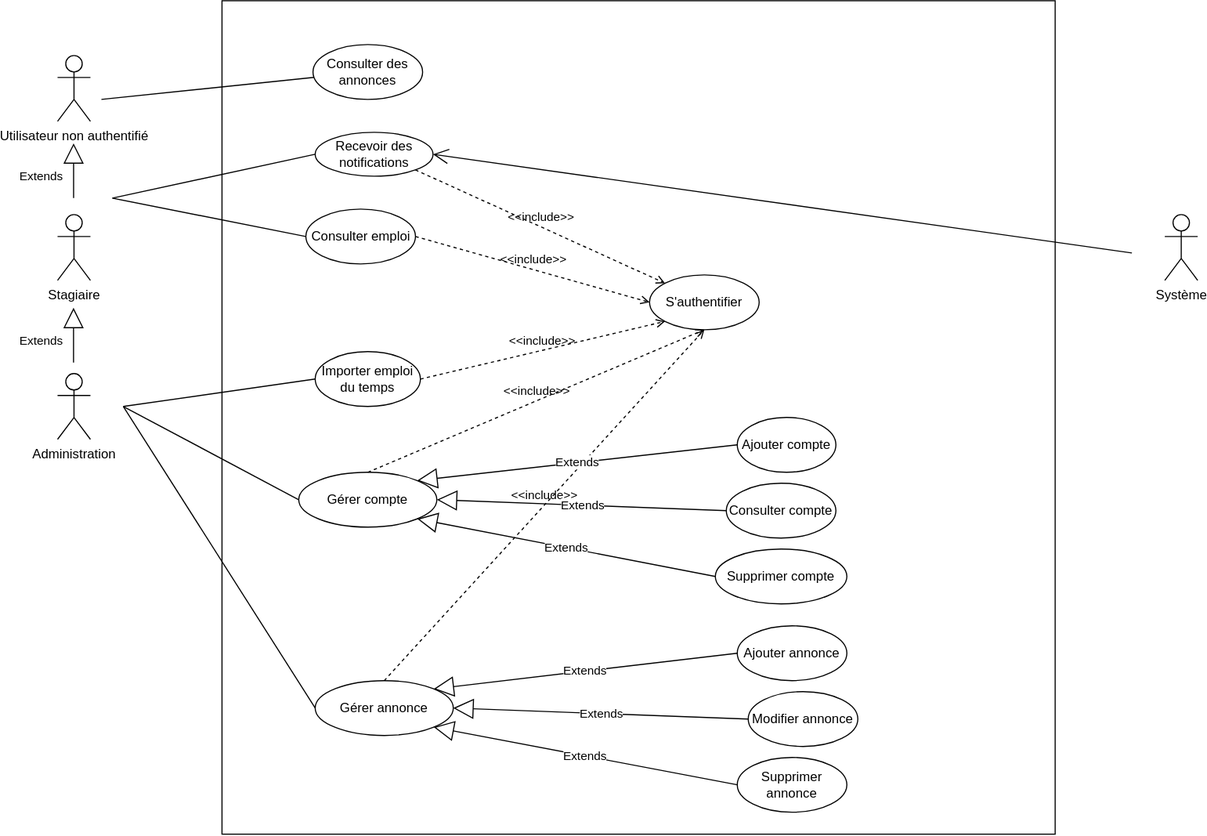
This is Diagrammes.svg from Noussii/App-Gestion-des-Emplois-Annonces-, a draw.io export, as it was before one commit. Source tidied: cells renumbered, new cells last; positions are measured from the earlier drawing's top-left corner, leaving out a move shared by most shapes.
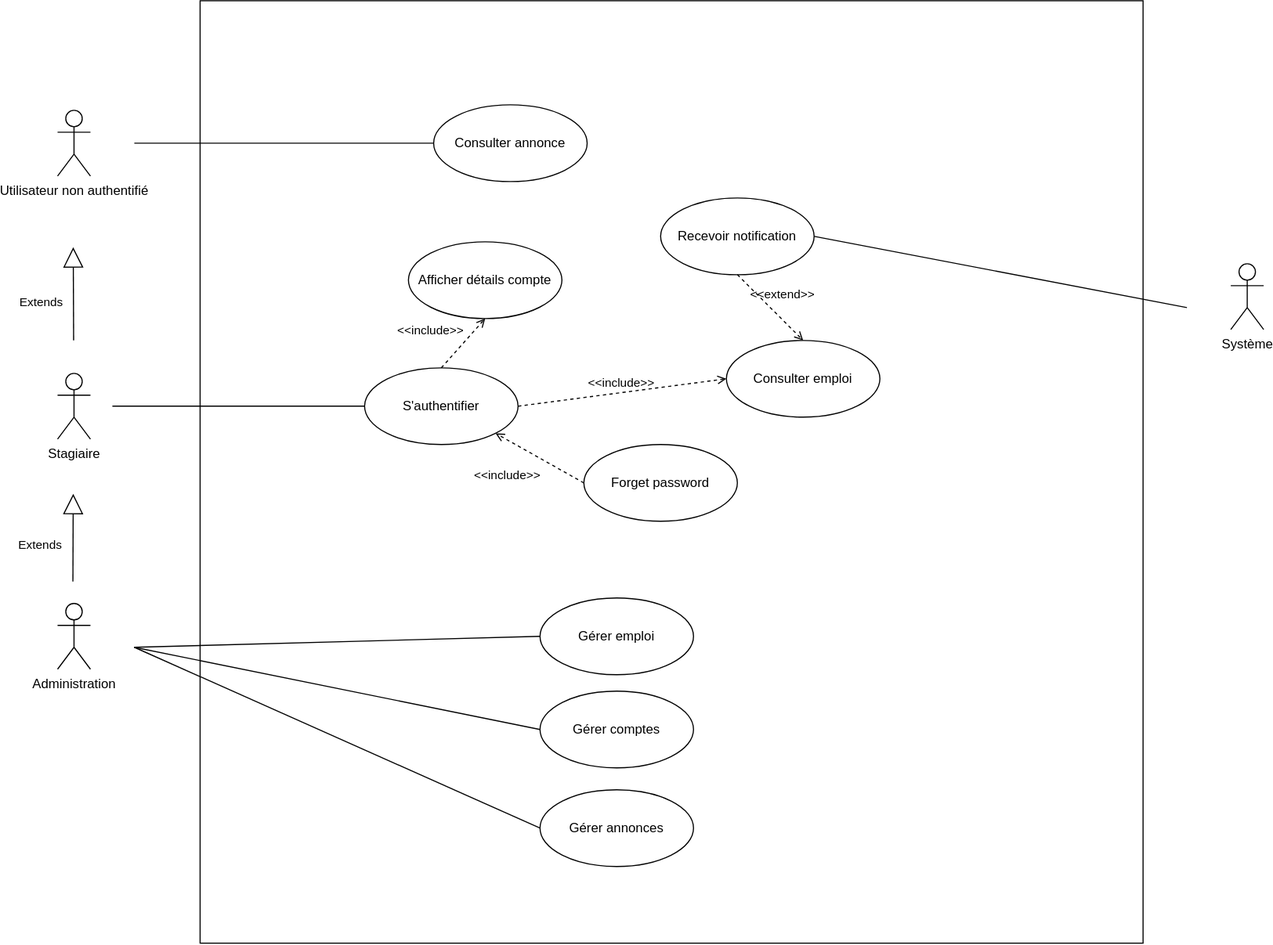
Above is the later version.

Commit message:
Mettre à jour Diagrammes.svg

What changed in the source:
```diff
@@ -2,139 +2,101 @@
   <root>
     <mxCell id="0" />
     <mxCell id="1" parent="0" />
-    <mxCell id="2" style="whiteSpace=wrap;html=1;" parent="1" vertex="1">
-      <mxGeometry x="150" width="760" height="760" as="geometry" />
-    </mxCell>
+    <mxCell id="40" style="whiteSpace=wrap;html=1;" parent="1" vertex="1">
+      <mxGeometry x="190" y="190" width="860" height="860" as="geometry" />
+    </mxCell>
     <mxCell id="3" value="Stagiaire" style="shape=umlActor;verticalLabelPosition=bottom;verticalAlign=top;html=1;" parent="1" vertex="1">
-      <mxGeometry y="195" width="30" height="60" as="geometry" />
+      <mxGeometry x="60" y="530" width="30" height="60" as="geometry" />
     </mxCell>
     <mxCell id="4" value="Administration" style="shape=umlActor;verticalLabelPosition=bottom;verticalAlign=top;html=1;" parent="1" vertex="1">
-      <mxGeometry y="340" width="30" height="60" as="geometry" />
+      <mxGeometry x="60" y="740" width="30" height="60" as="geometry" />
     </mxCell>
+    <mxCell id="30" value="Utilisateur non authentifié" style="shape=umlActor;verticalLabelPosition=bottom;verticalAlign=top;html=1;" parent="1" vertex="1">
+      <mxGeometry x="60" y="290" width="30" height="60" as="geometry" />
+    </mxCell>
+    <mxCell id="41" value="Extends" style="endArrow=block;endSize=16;endFill=0;html=1;rounded=0;" parent="1" edge="1">
+      <mxGeometry x="-0.2" y="30" relative="1" as="geometry">
+        <mxPoint x="74.7" y="500" as="sourcePoint" />
+        <mxPoint x="74.3" y="415" as="targetPoint" />
+      </mxGeometry>
+    </mxCell>
+    <mxCell id="42" value="Extends" style="endArrow=block;endSize=16;endFill=0;html=1;rounded=0;" parent="1" edge="1">
+      <mxGeometry x="-0.2" y="30" relative="1" as="geometry">
+        <mxPoint x="74" y="720" as="sourcePoint" />
+        <mxPoint x="74.3" y="640" as="targetPoint" />
+      </mxGeometry>
+    </mxCell>
     <mxCell id="5" value="Système" style="shape=umlActor;verticalLabelPosition=bottom;verticalAlign=top;html=1;" parent="1" vertex="1">
-      <mxGeometry x="1010" y="195" width="30" height="60" as="geometry" />
+      <mxGeometry x="1130" y="430" width="30" height="60" as="geometry" />
     </mxCell>
+    <mxCell id="43" value="Consulter annonce" style="ellipse;whiteSpace=wrap;html=1;" parent="1" vertex="1">
+      <mxGeometry x="403" y="285" width="140" height="70" as="geometry" />
+    </mxCell>
+    <mxCell id="8" value="S'authentifier" style="ellipse;whiteSpace=wrap;html=1;" parent="1" vertex="1">
+      <mxGeometry x="340" y="525" width="140" height="70" as="geometry" />
+    </mxCell>
+    <mxCell id="44" value="Forget password" style="ellipse;whiteSpace=wrap;html=1;" parent="1" vertex="1">
+      <mxGeometry x="540" y="595" width="140" height="70" as="geometry" />
+    </mxCell>
+    <mxCell id="45" value="Recevoir notification" style="ellipse;whiteSpace=wrap;html=1;" parent="1" vertex="1">
+      <mxGeometry x="610" y="370" width="140" height="70" as="geometry" />
+    </mxCell>
     <mxCell id="6" value="Consulter emploi" style="ellipse;whiteSpace=wrap;html=1;" parent="1" vertex="1">
-      <mxGeometry x="226.5" y="190" width="100" height="50" as="geometry" />
+      <mxGeometry x="670" y="500" width="140" height="70" as="geometry" />
     </mxCell>
-    <mxCell id="7" value="Consulter des annonces" style="ellipse;whiteSpace=wrap;html=1;" parent="1" vertex="1">
-      <mxGeometry x="233" y="40" width="100" height="50" as="geometry" />
-    </mxCell>
-    <mxCell id="8" value="S'authentifier" style="ellipse;whiteSpace=wrap;html=1;" parent="1" vertex="1">
-      <mxGeometry x="540" y="250" width="100" height="50" as="geometry" />
-    </mxCell>
-    <mxCell id="9" value="&amp;lt;&amp;lt;include&amp;gt;&amp;gt;" style="html=1;verticalAlign=bottom;labelBackgroundColor=none;endArrow=open;endFill=0;dashed=1;rounded=0;entryX=0;entryY=0.5;entryDx=0;entryDy=0;exitX=1;exitY=0.5;exitDx=0;exitDy=0;" parent="1" edge="1" source="6" target="8">
-      <mxGeometry relative="1" as="geometry" />
-    </mxCell>
-    <mxCell id="10" value="Gérer annonce" style="ellipse;whiteSpace=wrap;html=1;" parent="1" vertex="1">
-      <mxGeometry x="235" y="620" width="126" height="50" as="geometry" />
-    </mxCell>
-    <mxCell id="11" style="endArrow=none;html=1;rounded=0;entryX=0;entryY=0.5;entryDx=0;entryDy=0;" parent="1" edge="1" target="6">
-      <mxGeometry relative="1" as="geometry">
-        <mxPoint x="50" y="180" as="sourcePoint" />
-      </mxGeometry>
-    </mxCell>
-    <mxCell id="12" style="endArrow=none;html=1;rounded=0;entryX=0;entryY=0.5;entryDx=0;entryDy=0;" parent="1" edge="1" target="10">
-      <mxGeometry relative="1" as="geometry">
-        <mxPoint x="60" y="370" as="sourcePoint" />
-      </mxGeometry>
-    </mxCell>
-    <mxCell id="13" value="&amp;lt;&amp;lt;include&amp;gt;&amp;gt;" style="html=1;verticalAlign=bottom;labelBackgroundColor=none;endArrow=open;endFill=0;dashed=1;rounded=0;exitX=0.5;exitY=0;exitDx=0;exitDy=0;entryX=0.5;entryY=1;entryDx=0;entryDy=0;" parent="1" edge="1" source="10" target="8">
-      <mxGeometry relative="1" as="geometry" />
-    </mxCell>
-    <mxCell id="14" value="Gérer compte" style="ellipse;whiteSpace=wrap;html=1;" parent="1" vertex="1">
-      <mxGeometry x="220" y="430" width="126" height="50" as="geometry" />
-    </mxCell>
-    <mxCell id="15" style="endArrow=none;html=1;rounded=0;entryX=0;entryY=0.5;entryDx=0;entryDy=0;" parent="1" edge="1" target="14">
-      <mxGeometry relative="1" as="geometry">
-        <mxPoint x="60" y="370" as="sourcePoint" />
-      </mxGeometry>
-    </mxCell>
-    <mxCell id="16" value="&amp;lt;&amp;lt;include&amp;gt;&amp;gt;" style="html=1;verticalAlign=bottom;labelBackgroundColor=none;endArrow=open;endFill=0;dashed=1;rounded=0;exitX=0.5;exitY=0;exitDx=0;exitDy=0;entryX=0.5;entryY=1;entryDx=0;entryDy=0;" parent="1" edge="1" source="14" target="8">
-      <mxGeometry relative="1" as="geometry" />
-    </mxCell>
-    <mxCell id="17" value="Modifier annonce" style="ellipse;whiteSpace=wrap;html=1;" parent="1" vertex="1">
-      <mxGeometry x="630" y="630" width="100" height="50" as="geometry" />
-    </mxCell>
-    <mxCell id="18" value="Supprimer annonce" style="ellipse;whiteSpace=wrap;html=1;" parent="1" vertex="1">
-      <mxGeometry x="620" y="690" width="100" height="50" as="geometry" />
-    </mxCell>
-    <mxCell id="19" value="Extends" style="endArrow=block;endSize=16;endFill=0;html=1;rounded=0;exitX=0;exitY=0.5;exitDx=0;exitDy=0;entryX=1;entryY=1;entryDx=0;entryDy=0;" parent="1" edge="1" source="18" target="10">
-      <mxGeometry relative="1" as="geometry" />
-    </mxCell>
-    <mxCell id="20" value="Extends" style="endArrow=block;endSize=16;endFill=0;html=1;rounded=0;entryX=1;entryY=0.5;entryDx=0;entryDy=0;exitX=0;exitY=0.5;exitDx=0;exitDy=0;" parent="1" edge="1" source="17" target="10">
-      <mxGeometry relative="1" as="geometry" />
-    </mxCell>
-    <mxCell id="21" value="Ajouter annonce" style="ellipse;whiteSpace=wrap;html=1;" parent="1" vertex="1">
-      <mxGeometry x="620" y="570" width="100" height="50" as="geometry" />
-    </mxCell>
-    <mxCell id="22" value="Extends" style="endArrow=block;endSize=16;endFill=0;html=1;rounded=0;exitX=0;exitY=0.5;exitDx=0;exitDy=0;entryX=1;entryY=0;entryDx=0;entryDy=0;" parent="1" edge="1" source="21" target="10">
-      <mxGeometry relative="1" as="geometry" />
-    </mxCell>
-    <mxCell id="23" value="Importer emploi du temps" style="ellipse;whiteSpace=wrap;html=1;" parent="1" vertex="1">
-      <mxGeometry x="235" y="320" width="96" height="50" as="geometry" />
-    </mxCell>
-    <mxCell id="24" style="endArrow=none;html=1;rounded=0;entryX=0;entryY=0.5;entryDx=0;entryDy=0;" parent="1" edge="1" target="23">
-      <mxGeometry relative="1" as="geometry">
-        <mxPoint x="60" y="370" as="sourcePoint" />
-      </mxGeometry>
-    </mxCell>
-    <mxCell id="25" value="&amp;lt;&amp;lt;include&amp;gt;&amp;gt;" style="html=1;verticalAlign=bottom;labelBackgroundColor=none;endArrow=open;endFill=0;dashed=1;rounded=0;exitX=1;exitY=0.5;exitDx=0;exitDy=0;entryX=0;entryY=1;entryDx=0;entryDy=0;" parent="1" edge="1" source="23" target="8">
-      <mxGeometry relative="1" as="geometry" />
-    </mxCell>
-    <mxCell id="26" value="Recevoir des notifications" style="ellipse;whiteSpace=wrap;html=1;" parent="1" vertex="1">
-      <mxGeometry x="235" y="120" width="107.5" height="40" as="geometry" />
-    </mxCell>
-    <mxCell id="27" style="endArrow=none;html=1;rounded=0;entryX=0;entryY=0.5;entryDx=0;entryDy=0;" parent="1" edge="1" target="26">
-      <mxGeometry relative="1" as="geometry">
-        <mxPoint x="50" y="180" as="sourcePoint" />
-      </mxGeometry>
-    </mxCell>
-    <mxCell id="28" value="&amp;lt;&amp;lt;include&amp;gt;&amp;gt;" style="html=1;verticalAlign=bottom;labelBackgroundColor=none;endArrow=open;endFill=0;dashed=1;rounded=0;entryX=0;entryY=0;entryDx=0;entryDy=0;exitX=1;exitY=1;exitDx=0;exitDy=0;" parent="1" edge="1" source="26" target="8">
-      <mxGeometry relative="1" as="geometry" />
-    </mxCell>
-    <mxCell id="29" style="endArrow=open;endFill=1;endSize=12;html=1;rounded=0;entryX=1;entryY=0.5;entryDx=0;entryDy=0;" parent="1" edge="1" target="26">
-      <mxGeometry relative="1" as="geometry">
-        <mxPoint x="980" y="230" as="sourcePoint" />
-      </mxGeometry>
-    </mxCell>
-    <mxCell id="30" value="Utilisateur non authentifié" style="shape=umlActor;verticalLabelPosition=bottom;verticalAlign=top;html=1;" parent="1" vertex="1">
-      <mxGeometry y="50" width="30" height="60" as="geometry" />
-    </mxCell>
-    <mxCell id="31" style="endArrow=none;html=1;rounded=0;" parent="1" edge="1" target="7">
-      <mxGeometry relative="1" as="geometry">
-        <mxPoint x="40" y="90" as="sourcePoint" />
-      </mxGeometry>
-    </mxCell>
-    <mxCell id="32" value="Ajouter compte" style="ellipse;whiteSpace=wrap;html=1;" parent="1" vertex="1">
-      <mxGeometry x="620" y="380" width="90" height="50" as="geometry" />
-    </mxCell>
-    <mxCell id="33" value="Extends" style="endArrow=block;endSize=16;endFill=0;html=1;rounded=0;exitX=0;exitY=0.5;exitDx=0;exitDy=0;entryX=1;entryY=0;entryDx=0;entryDy=0;" parent="1" edge="1" source="32" target="14">
-      <mxGeometry relative="1" as="geometry" />
-    </mxCell>
-    <mxCell id="34" value="Consulter compte" style="ellipse;whiteSpace=wrap;html=1;" parent="1" vertex="1">
-      <mxGeometry x="610" y="440" width="100" height="50" as="geometry" />
-    </mxCell>
-    <mxCell id="35" value="Extends" style="endArrow=block;endSize=16;endFill=0;html=1;rounded=0;exitX=0;exitY=0.5;exitDx=0;exitDy=0;entryX=1;entryY=0.5;entryDx=0;entryDy=0;" parent="1" edge="1" source="34" target="14">
-      <mxGeometry relative="1" as="geometry" />
-    </mxCell>
-    <mxCell id="36" value="Supprimer compte" style="ellipse;whiteSpace=wrap;html=1;" parent="1" vertex="1">
-      <mxGeometry x="600" y="500" width="120" height="50" as="geometry" />
-    </mxCell>
-    <mxCell id="37" value="Extends" style="endArrow=block;endSize=16;endFill=0;html=1;rounded=0;exitX=0;exitY=0.5;exitDx=0;exitDy=0;entryX=1;entryY=1;entryDx=0;entryDy=0;" parent="1" edge="1" source="36" target="14">
-      <mxGeometry relative="1" as="geometry" />
-    </mxCell>
-    <mxCell id="38" value="Extends" style="endArrow=block;endSize=16;endFill=0;html=1;rounded=0;" parent="1" edge="1">
-      <mxGeometry x="-0.2" y="30" relative="1" as="geometry">
-        <mxPoint x="14.6" y="180" as="sourcePoint" />
-        <mxPoint x="14.6" y="130" as="targetPoint" />
-      </mxGeometry>
-    </mxCell>
-    <mxCell id="39" value="Extends" style="endArrow=block;endSize=16;endFill=0;html=1;rounded=0;" parent="1" edge="1">
-      <mxGeometry x="-0.2" y="30" relative="1" as="geometry">
-        <mxPoint x="14.6" y="330" as="sourcePoint" />
-        <mxPoint x="14.6" y="280" as="targetPoint" />
-      </mxGeometry>
-    </mxCell>
+    <mxCell id="46" value="Gérer emploi" style="ellipse;whiteSpace=wrap;html=1;" parent="1" vertex="1">
+      <mxGeometry x="500" y="735" width="140" height="70" as="geometry" />
+    </mxCell>
+    <mxCell id="47" value="Gérer comptes" style="ellipse;whiteSpace=wrap;html=1;" parent="1" vertex="1">
+      <mxGeometry x="500" y="820" width="140" height="70" as="geometry" />
+    </mxCell>
+    <mxCell id="48" value="Gérer annonces" style="ellipse;whiteSpace=wrap;html=1;" parent="1" vertex="1">
+      <mxGeometry x="500" y="910" width="140" height="70" as="geometry" />
+    </mxCell>
+    <mxCell id="49" style="endArrow=none;html=1;rounded=0;entryX=0;entryY=0.5;entryDx=0;entryDy=0;" parent="1" edge="1" target="43">
+      <mxGeometry relative="1" as="geometry">
+        <mxPoint x="130" y="320" as="sourcePoint" />
+      </mxGeometry>
+    </mxCell>
+    <mxCell id="50" style="endArrow=none;html=1;rounded=0;entryX=0;entryY=0.5;entryDx=0;entryDy=0;" parent="1" edge="1" target="8">
+      <mxGeometry relative="1" as="geometry">
+        <mxPoint x="110" y="560" as="sourcePoint" />
+      </mxGeometry>
+    </mxCell>
+    <mxCell id="51" style="endArrow=none;html=1;rounded=0;entryX=0;entryY=0.5;entryDx=0;entryDy=0;" parent="1" edge="1" target="46">
+      <mxGeometry relative="1" as="geometry">
+        <mxPoint x="130" y="780" as="sourcePoint" />
+      </mxGeometry>
+    </mxCell>
+    <mxCell id="52" style="endArrow=none;html=1;rounded=0;entryX=0;entryY=0.5;entryDx=0;entryDy=0;" parent="1" edge="1" target="47">
+      <mxGeometry relative="1" as="geometry">
+        <mxPoint x="130" y="780" as="sourcePoint" />
+      </mxGeometry>
+    </mxCell>
+    <mxCell id="53" style="endArrow=none;html=1;rounded=0;entryX=0;entryY=0.5;entryDx=0;entryDy=0;" parent="1" edge="1" target="48">
+      <mxGeometry relative="1" as="geometry">
+        <mxPoint x="130" y="780" as="sourcePoint" />
+      </mxGeometry>
+    </mxCell>
+    <mxCell id="54" value="&amp;lt;&amp;lt;include&amp;gt;&amp;gt;" style="html=1;verticalAlign=bottom;labelBackgroundColor=none;endArrow=open;endFill=0;dashed=1;rounded=0;exitX=0;exitY=0.5;exitDx=0;exitDy=0;entryX=1;entryY=1;entryDx=0;entryDy=0;" parent="1" edge="1" source="44" target="8">
+      <mxGeometry x="0.27" y="36" relative="1" as="geometry" />
+    </mxCell>
+    <mxCell id="55" style="endArrow=none;html=1;rounded=0;exitX=1;exitY=0.5;exitDx=0;exitDy=0;" parent="1" edge="1" source="45">
+      <mxGeometry relative="1" as="geometry">
+        <mxPoint x="1090" y="470" as="targetPoint" />
+      </mxGeometry>
+    </mxCell>
+    <mxCell id="56" value="&amp;lt;&amp;lt;include&amp;gt;&amp;gt;" style="html=1;verticalAlign=bottom;labelBackgroundColor=none;endArrow=open;endFill=0;dashed=1;rounded=0;exitX=1;exitY=0.5;exitDx=0;exitDy=0;entryX=0;entryY=0.5;entryDx=0;entryDy=0;" parent="1" edge="1" source="8" target="6">
+      <mxGeometry relative="1" as="geometry" />
+    </mxCell>
+    <mxCell id="57" value="&amp;lt;&amp;lt;extend&amp;gt;&amp;gt;" style="html=1;verticalAlign=bottom;labelBackgroundColor=none;endArrow=open;endFill=0;dashed=1;rounded=0;exitX=0.5;exitY=1;exitDx=0;exitDy=0;entryX=0.5;entryY=0;entryDx=0;entryDy=0;" parent="1" edge="1" source="45" target="6">
+      <mxGeometry x="0.13" y="10" relative="1" as="geometry" />
+    </mxCell>
+    <mxCell id="58" value="Afficher détails compte" style="ellipse;whiteSpace=wrap;html=1;" parent="1" vertex="1">
+      <mxGeometry x="380" y="410" width="140" height="70" as="geometry" />
+    </mxCell>
+    <mxCell id="59" value="&amp;lt;&amp;lt;include&amp;gt;&amp;gt;" style="html=1;verticalAlign=bottom;labelBackgroundColor=none;endArrow=open;endFill=0;dashed=1;rounded=0;exitX=0.5;exitY=0;exitDx=0;exitDy=0;entryX=0.5;entryY=1;entryDx=0;entryDy=0;" parent="1" edge="1" source="8" target="58">
+      <mxGeometry x="-0.6" y="24" relative="1" as="geometry" />
+    </mxCell>
   </root>
 </mxGraphModel>
```
